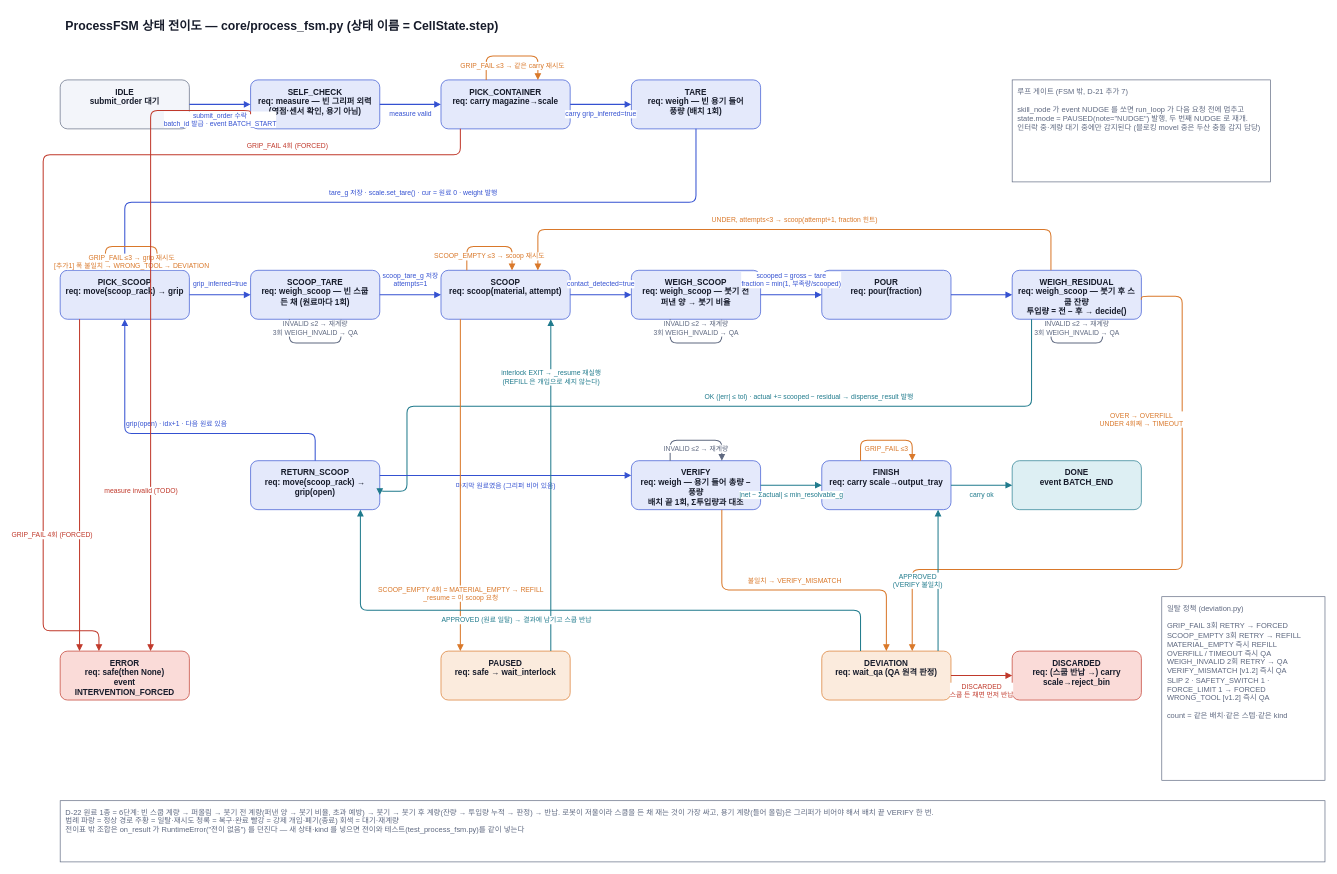
Above: page "2 상태 전이도" (2 of 4) of docs/diagrams/process_flow.drawio in Jik-Kim/auto-pharmacist (draw.io), before the change. Source tidied: cells renumbered, new cells numbered last; positions are measured from the earlier drawing's top-left corner, leaving out a move shared by most shapes. Both pictures are drawn from the tidied source at 68%, with x=0, y=0 at pixel (43, 12).
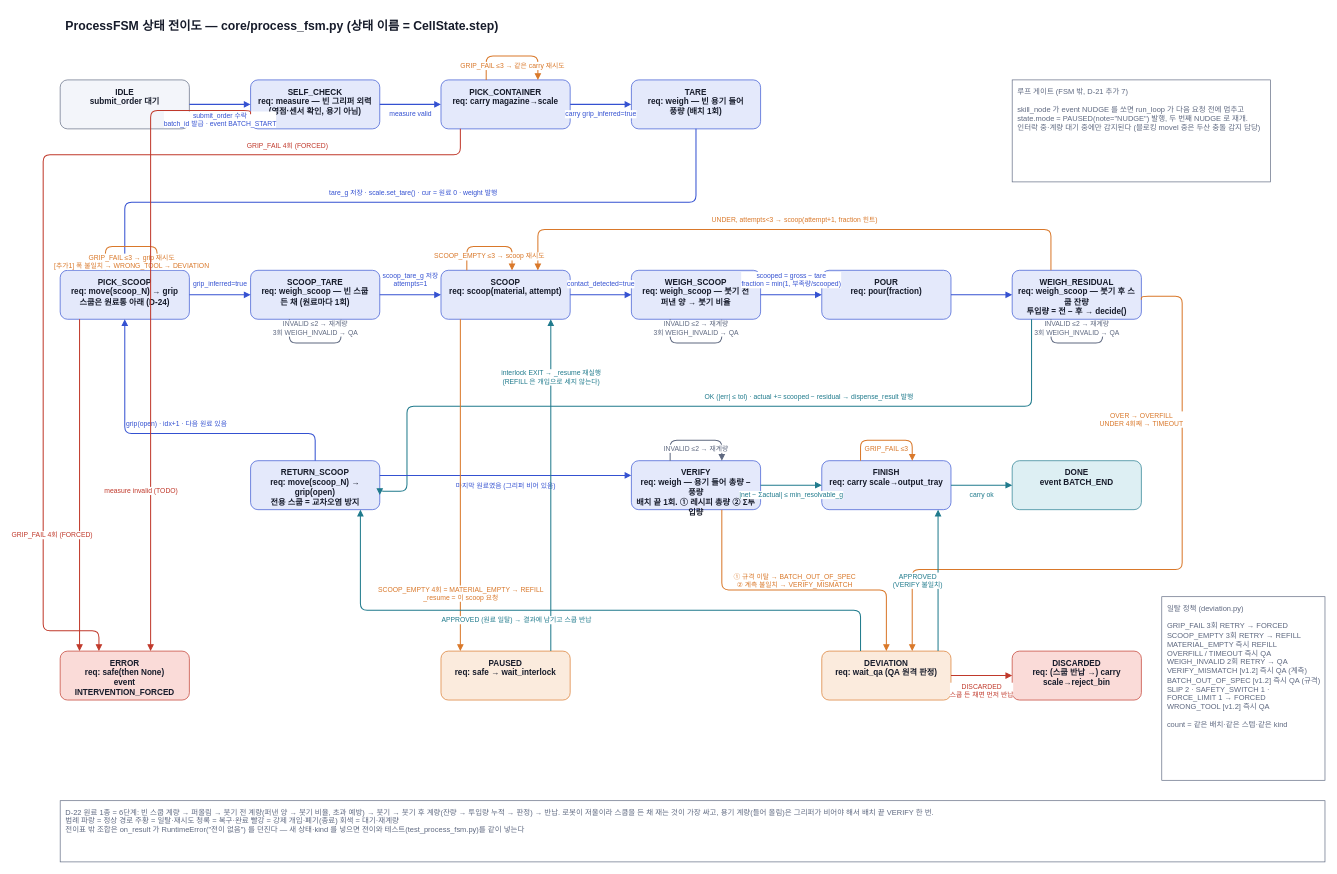
The same diagram, later.

Commit message (it also covers changes not shown here):
docs: 플로우차트에 계약 v1.2 반영 (WeighHeld · VERIFY 이중 판정 · scoop_N)

The change refers to these unchanged cells:
```xml
<mxCell id="19" value="DEVIATION&lt;br&gt;req: wait_qa (QA 원격 판정)" style="rounded=1;whiteSpace=wrap;html=1;fillColor=#FBEBDD;strokeColor=#D9782A;fontColor=#161B2A;fontSize=12;align=center;verticalAlign=top;spacingTop=4;spacingLeft=6;spacingRight=6;fontStyle=1;" parent="1" vertex="1">
  <mxGeometry x="1145" y="940" width="190" height="72" as="geometry" />
</mxCell>
```

What changed in the source:
```diff
@@
-    <mxCell id="7" value="PICK_SCOOP&lt;br&gt;req: move(scoop_rack) → grip" style="rounded=1;whiteSpace=wrap;html=1;fillColor=#E4E9FB;strokeColor=#3451D1;fontColor=#161B2A;fontSize=12;align=center;verticalAlign=top;spacingTop=4;spacingLeft=6;spacingRight=6;fontStyle=1;" parent="1" vertex="1">
+    <mxCell id="7" value="PICK_SCOOP&lt;br&gt;req: move(scoop_N) → grip&lt;br&gt;스쿱은 원료통 아래 (D-24)" style="rounded=1;whiteSpace=wrap;html=1;fillColor=#E4E9FB;strokeColor=#3451D1;fontColor=#161B2A;fontSize=12;align=center;verticalAlign=top;spacingTop=4;spacingLeft=6;spacingRight=6;fontStyle=1;" parent="1" vertex="1">
       <mxGeometry x="25" y="380" width="190" height="72" as="geometry" />
     </mxCell>
@@
-    <mxCell id="13" value="RETURN_SCOOP&lt;br&gt;req: move(scoop_rack) → grip(open)" style="rounded=1;whiteSpace=wrap;html=1;fillColor=#E4E9FB;strokeColor=#3451D1;fontColor=#161B2A;fontSize=12;align=center;verticalAlign=top;spacingTop=4;spacingLeft=6;spacingRight=6;fontStyle=1;" parent="1" vertex="1">
+    <mxCell id="13" value="RETURN_SCOOP&lt;br&gt;req: move(scoop_N) → grip(open)&lt;br&gt;전용 스쿱 = 교차오염 방지" style="rounded=1;whiteSpace=wrap;html=1;fillColor=#E4E9FB;strokeColor=#3451D1;fontColor=#161B2A;fontSize=12;align=center;verticalAlign=top;spacingTop=4;spacingLeft=6;spacingRight=6;fontStyle=1;" parent="1" vertex="1">
       <mxGeometry x="305" y="660" width="190" height="72" as="geometry" />
     </mxCell>
-    <mxCell id="14" value="VERIFY&lt;br&gt;req: weigh — 용기 들어 총량 − 풍량&lt;br&gt;배치 끝 1회, Σ투입량과 대조" style="rounded=1;whiteSpace=wrap;html=1;fillColor=#E4E9FB;strokeColor=#3451D1;fontColor=#161B2A;fontSize=12;align=center;verticalAlign=top;spacingTop=4;spacingLeft=6;spacingRight=6;fontStyle=1;" parent="1" vertex="1">
+    <mxCell id="14" value="VERIFY&lt;br&gt;req: weigh — 용기 들어 총량 − 풍량&lt;br&gt;배치 끝 1회. ① 레시피 총량 ② Σ투입량" style="rounded=1;whiteSpace=wrap;html=1;fillColor=#E4E9FB;strokeColor=#3451D1;fontColor=#161B2A;fontSize=12;align=center;verticalAlign=top;spacingTop=4;spacingLeft=6;spacingRight=6;fontStyle=1;" parent="1" vertex="1">
       <mxGeometry x="865" y="660" width="190" height="72" as="geometry" />
     </mxCell>
@@
-    <mxCell id="41" value="불일치 → VERIFY_MISMATCH" style="edgeStyle=orthogonalEdgeStyle;rounded=1;html=1;endArrow=block;endFill=1;strokeColor=#D9782A;strokeWidth=1.5;fontColor=#D9782A;fontSize=10;labelBackgroundColor=#FFFFFF;exitX=0.7;exitY=1;exitDx=0;exitDy=0;entryX=0.5;entryY=0;entryDx=0;entryDy=0;" parent="1" edge="1" source="14" target="19">
+    <mxCell id="41" value="① 규격 이탈 → BATCH_OUT_OF_SPEC&lt;br&gt;② 계측 불일치 → VERIFY_MISMATCH" style="edgeStyle=orthogonalEdgeStyle;rounded=1;html=1;endArrow=block;endFill=1;strokeColor=#D9782A;strokeWidth=1.5;fontColor=#D9782A;fontSize=10;labelBackgroundColor=#FFFFFF;exitX=0.7;exitY=1;exitDx=0;exitDy=0;entryX=0.5;entryY=0;entryDx=0;entryDy=0;" parent="1" edge="1" source="14" target="19">
       <mxGeometry y="14" relative="1" as="geometry">
         <Array as="points">
           <mxPoint x="998" y="850" />
           <mxPoint x="1240" y="850" />
         </Array>
       </mxGeometry>
     </mxCell>
@@
-    <mxCell id="55" value="일탈 정책 (deviation.py)&lt;br&gt;&lt;br&gt;GRIP_FAIL  3회 RETRY → FORCED&lt;br&gt;SCOOP_EMPTY  3회 RETRY → REFILL&lt;br&gt;MATERIAL_EMPTY  즉시 REFILL&lt;br&gt;OVERFILL / TIMEOUT  즉시 QA&lt;br&gt;WEIGH_INVALID  2회 RETRY → QA&lt;br&gt;VERIFY_MISMATCH [v1.2]  즉시 QA&lt;br&gt;SLIP 2 · SAFETY_SWITCH 1 · FORCE_LIMIT 1 → FORCED&lt;br&gt;WRONG_TOOL [v1.2]  즉시 QA&lt;br&gt;&lt;br&gt;count = 같은 배치·같은 스텝·같은 kind" style="rounded=0;whiteSpace=wrap;html=1;fillColor=#FFFFFF;strokeColor=#5F6980;fontColor=#5F6980;fontSize=11;align=left;verticalAlign=top;spacingTop=4;spacingLeft=6;spacingRight=6;" parent="1" vertex="1">
+    <mxCell id="55" value="일탈 정책 (deviation.py)&lt;br&gt;&lt;br&gt;GRIP_FAIL  3회 RETRY → FORCED&lt;br&gt;SCOOP_EMPTY  3회 RETRY → REFILL&lt;br&gt;MATERIAL_EMPTY  즉시 REFILL&lt;br&gt;OVERFILL / TIMEOUT  즉시 QA&lt;br&gt;WEIGH_INVALID  2회 RETRY → QA&lt;br&gt;VERIFY_MISMATCH [v1.2]  즉시 QA (계측)&lt;br&gt;BATCH_OUT_OF_SPEC [v1.2]  즉시 QA (규격)&lt;br&gt;SLIP 2 · SAFETY_SWITCH 1 · FORCE_LIMIT 1 → FORCED&lt;br&gt;WRONG_TOOL [v1.2]  즉시 QA&lt;br&gt;&lt;br&gt;count = 같은 배치·같은 스텝·같은 kind" style="rounded=0;whiteSpace=wrap;html=1;fillColor=#FFFFFF;strokeColor=#5F6980;fontColor=#5F6980;fontSize=11;align=left;verticalAlign=top;spacingTop=4;spacingLeft=6;spacingRight=6;" parent="1" vertex="1">
       <mxGeometry x="1645" y="860" width="240" height="270" as="geometry" />
     </mxCell>
```
